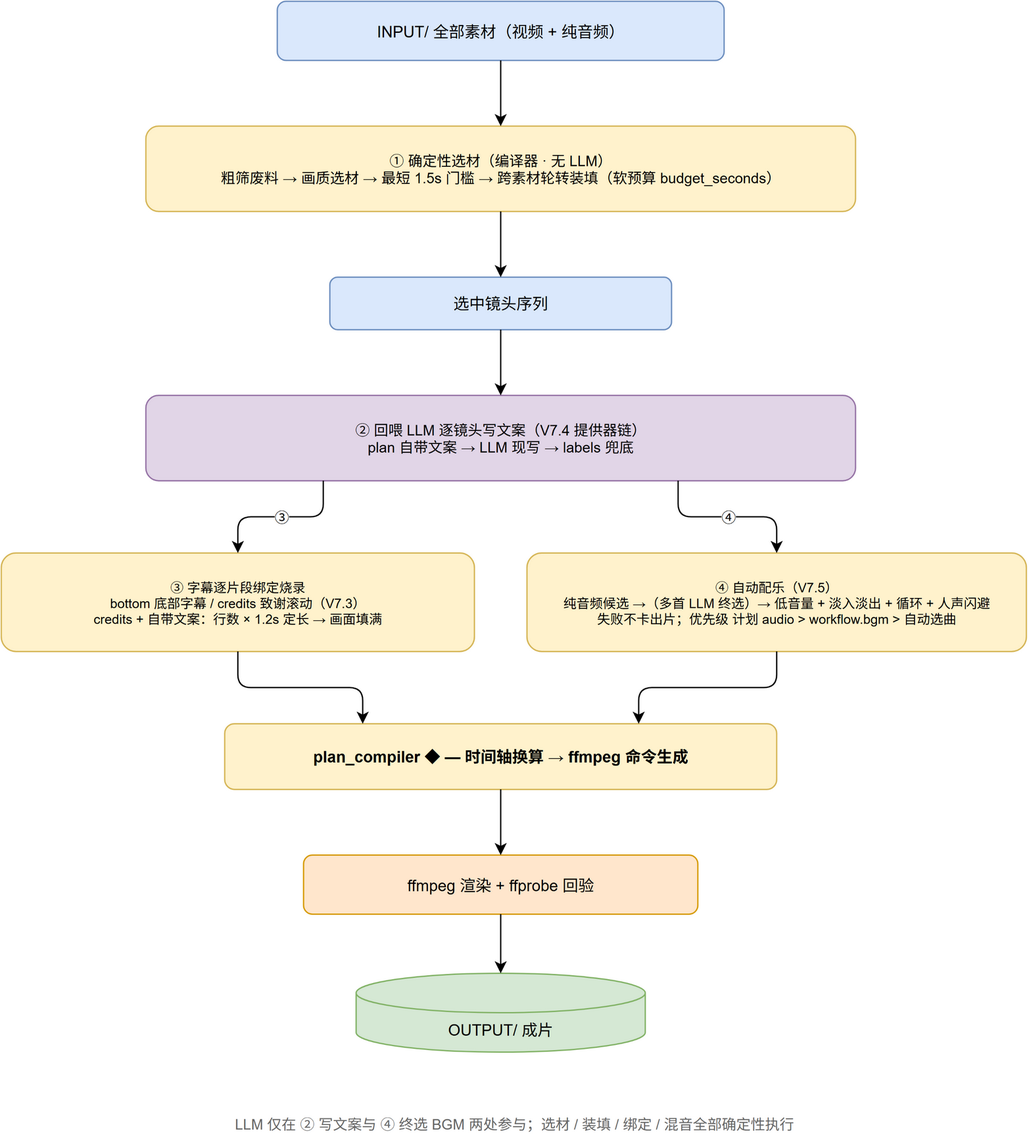
CoderPro-young/SmartTrimAgent- keeps this draw.io diagram as docs/architecture-p2-smart-create.drawio.png. Above is the earlier version. Source tidied: cells renumbered, new cells last; positions are measured from the earlier drawing's top-left corner, leaving out a move shared by most shapes. Source of this version:
```xml
<mxGraphModel>
  <root>
    <mxCell id="0" />
    <mxCell id="1" parent="0" />
    <mxCell id="2" value="INPUT/ 全部素材（视频 + 纯音频）" style="rounded=1;whiteSpace=wrap;html=1;fillColor=#dae8fc;strokeColor=#6c8ebf;fontSize=12;" parent="1" vertex="1">
      <mxGeometry x="210" width="340" height="45" as="geometry" />
    </mxCell>
    <mxCell id="3" value="① 确定性选材（编译器 · 无 LLM）&#10;粗筛废料 → 画质选材 → 最短 1.5s 门槛 → 跨素材轮转装填（软预算 budget_seconds）" style="rounded=1;whiteSpace=wrap;html=1;fillColor=#fff2cc;strokeColor=#d6b656;fontSize=11;" parent="1" vertex="1">
      <mxGeometry x="110" y="95" width="540" height="65" as="geometry" />
    </mxCell>
    <mxCell id="4" value="选中镜头序列" style="rounded=1;whiteSpace=wrap;html=1;fillColor=#dae8fc;strokeColor=#6c8ebf;fontSize=12;" parent="1" vertex="1">
      <mxGeometry x="250" y="210" width="260" height="40" as="geometry" />
    </mxCell>
    <mxCell id="5" value="② 回喂 LLM 逐镜头写文案（V7.4 提供器链）&#10;plan 自带文案 → LLM 现写 → labels 兜底" style="rounded=1;whiteSpace=wrap;html=1;fillColor=#e1d5e7;strokeColor=#9673a6;fontSize=11;" parent="1" vertex="1">
      <mxGeometry x="110" y="300" width="540" height="65" as="geometry" />
    </mxCell>
    <mxCell id="6" value="③ 字幕逐片段绑定烧录&#10;bottom 底部字幕 / credits 致谢滚动（V7.3）&#10;credits + 自带文案：行数 × 1.2s 定长 → 画面填满" style="rounded=1;whiteSpace=wrap;html=1;fillColor=#fff2cc;strokeColor=#d6b656;fontSize=10;" parent="1" vertex="1">
      <mxGeometry y="420" width="360" height="75" as="geometry" />
    </mxCell>
    <mxCell id="7" value="④ 自动配乐（V7.5）&#10;纯音频候选 →（多首 LLM 终选）→ 低音量 + 淡入淡出 + 循环 + 人声闪避&#10;失败不卡出片；优先级 计划 audio &gt; workflow.bgm &gt; 自动选曲" style="rounded=1;whiteSpace=wrap;html=1;fillColor=#fff2cc;strokeColor=#d6b656;fontSize=10;" parent="1" vertex="1">
      <mxGeometry x="400" y="420" width="380" height="75" as="geometry" />
    </mxCell>
    <mxCell id="8" value="plan_compiler ◆ — 时间轴换算 → ffmpeg 命令生成" style="rounded=1;whiteSpace=wrap;html=1;fillColor=#fff2cc;strokeColor=#d6b656;fontSize=12;fontStyle=1;" parent="1" vertex="1">
      <mxGeometry x="170" y="550" width="420" height="50" as="geometry" />
    </mxCell>
    <mxCell id="9" value="ffmpeg 渲染 + ffprobe 回验" style="rounded=1;whiteSpace=wrap;html=1;fillColor=#ffe6cc;strokeColor=#d79b00;fontSize=12;" parent="1" vertex="1">
      <mxGeometry x="230" y="650" width="300" height="45" as="geometry" />
    </mxCell>
    <mxCell id="10" value="OUTPUT/ 成片" style="shape=cylinder3;whiteSpace=wrap;html=1;boundedLbl=1;fillColor=#d5e8d4;strokeColor=#82b366;fontSize=12;" parent="1" vertex="1">
      <mxGeometry x="270" y="740" width="220" height="60" as="geometry" />
    </mxCell>
    <mxCell id="11" value="LLM 仅在 ② 写文案与 ④ 终选 BGM 两处参与；选材 / 装填 / 绑定 / 混音全部确定性执行" style="text;html=1;align=center;verticalAlign=middle;fontColor=#666666;fontSize=11;" parent="1" vertex="1">
      <mxGeometry y="840" width="780" height="30" as="geometry" />
    </mxCell>
    <mxCell id="12" style="edgeStyle=orthogonalEdgeStyle;rounded=1;jettySize=auto;html=1;exitX=0.5;exitY=1;exitDx=0;exitDy=0;entryX=0.5;entryY=0;entryDx=0;entryDy=0;" parent="1" edge="1" source="2" target="3">
      <mxGeometry relative="1" as="geometry" />
    </mxCell>
    <mxCell id="13" style="edgeStyle=orthogonalEdgeStyle;rounded=1;jettySize=auto;html=1;exitX=0.5;exitY=1;exitDx=0;exitDy=0;entryX=0.5;entryY=0;entryDx=0;entryDy=0;" parent="1" edge="1" source="3" target="4">
      <mxGeometry relative="1" as="geometry" />
    </mxCell>
    <mxCell id="14" style="edgeStyle=orthogonalEdgeStyle;rounded=1;jettySize=auto;html=1;exitX=0.5;exitY=1;exitDx=0;exitDy=0;entryX=0.5;entryY=0;entryDx=0;entryDy=0;" parent="1" edge="1" source="4" target="5">
      <mxGeometry relative="1" as="geometry" />
    </mxCell>
    <mxCell id="15" value="③" style="edgeStyle=orthogonalEdgeStyle;rounded=1;jettySize=auto;html=1;fontSize=11;labelBackgroundColor=#ffffff;exitX=0.25;exitY=1;exitDx=0;exitDy=0;entryX=0.5;entryY=0;entryDx=0;entryDy=0;" parent="1" edge="1" source="5" target="6">
      <mxGeometry relative="1" as="geometry" />
    </mxCell>
    <mxCell id="16" value="④" style="edgeStyle=orthogonalEdgeStyle;rounded=1;jettySize=auto;html=1;fontSize=11;labelBackgroundColor=#ffffff;exitX=0.75;exitY=1;exitDx=0;exitDy=0;entryX=0.5;entryY=0;entryDx=0;entryDy=0;" parent="1" edge="1" source="5" target="7">
      <mxGeometry relative="1" as="geometry" />
    </mxCell>
    <mxCell id="17" style="edgeStyle=orthogonalEdgeStyle;rounded=1;jettySize=auto;html=1;exitX=0.5;exitY=1;exitDx=0;exitDy=0;entryX=0.25;entryY=0;entryDx=0;entryDy=0;" parent="1" edge="1" source="6" target="8">
      <mxGeometry relative="1" as="geometry" />
    </mxCell>
    <mxCell id="18" style="edgeStyle=orthogonalEdgeStyle;rounded=1;jettySize=auto;html=1;exitX=0.5;exitY=1;exitDx=0;exitDy=0;entryX=0.75;entryY=0;entryDx=0;entryDy=0;" parent="1" edge="1" source="7" target="8">
      <mxGeometry relative="1" as="geometry" />
    </mxCell>
    <mxCell id="19" style="edgeStyle=orthogonalEdgeStyle;rounded=1;jettySize=auto;html=1;exitX=0.5;exitY=1;exitDx=0;exitDy=0;entryX=0.5;entryY=0;entryDx=0;entryDy=0;" parent="1" edge="1" source="8" target="9">
      <mxGeometry relative="1" as="geometry" />
    </mxCell>
    <mxCell id="20" style="edgeStyle=orthogonalEdgeStyle;rounded=1;jettySize=auto;html=1;exitX=0.5;exitY=1;exitDx=0;exitDy=0;entryX=0.5;entryY=0;entryDx=0;entryDy=0;" parent="1" edge="1" source="9" target="10">
      <mxGeometry relative="1" as="geometry" />
    </mxCell>
  </root>
</mxGraphModel>
```
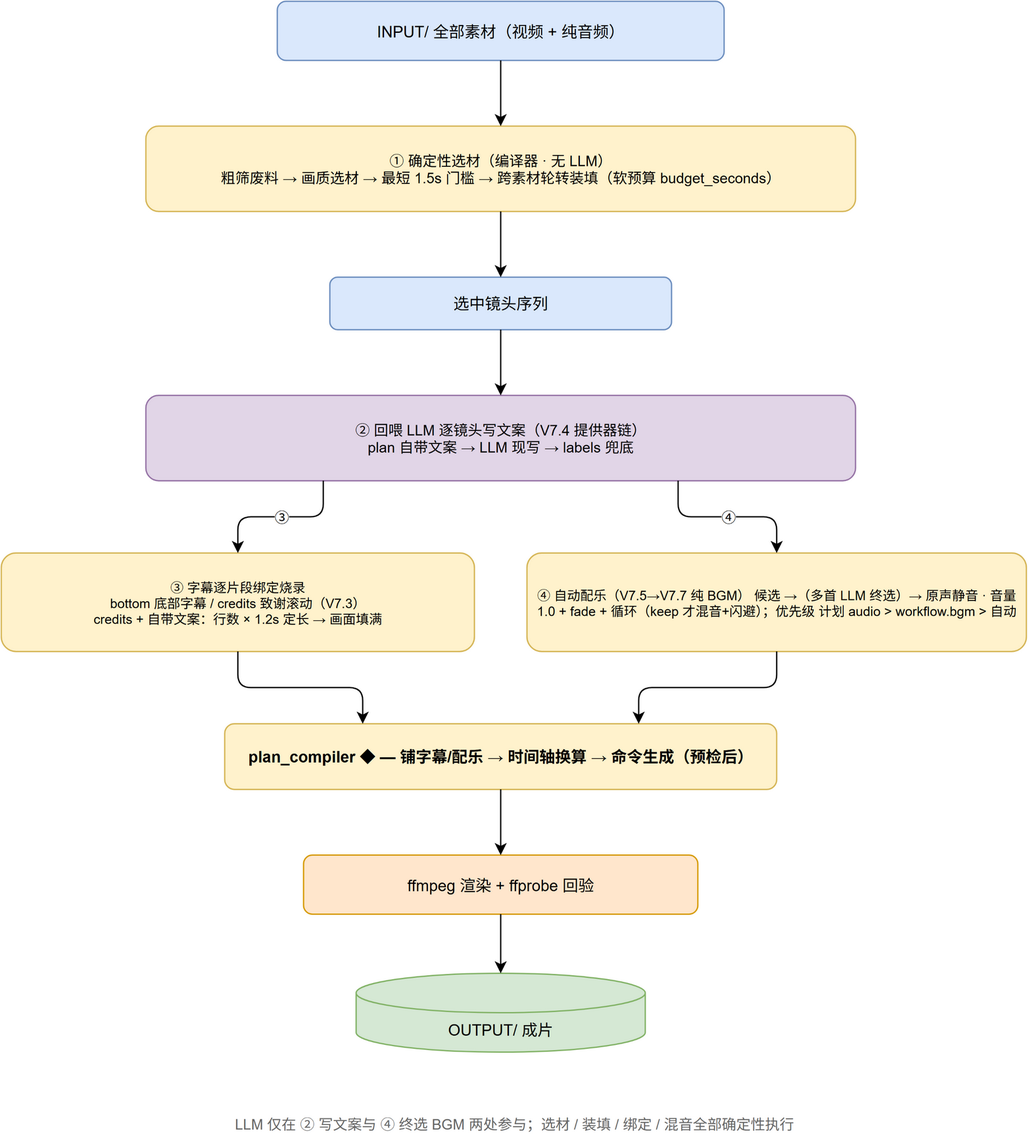
The same diagram one commit later.

What changed in the source:
```diff
@@ -17,10 +17,10 @@
     <mxCell id="6" value="③ 字幕逐片段绑定烧录&#10;bottom 底部字幕 / credits 致谢滚动（V7.3）&#10;credits + 自带文案：行数 × 1.2s 定长 → 画面填满" style="rounded=1;whiteSpace=wrap;html=1;fillColor=#fff2cc;strokeColor=#d6b656;fontSize=10;" parent="1" vertex="1">
       <mxGeometry y="420" width="360" height="75" as="geometry" />
     </mxCell>
-    <mxCell id="7" value="④ 自动配乐（V7.5）&#10;纯音频候选 →（多首 LLM 终选）→ 低音量 + 淡入淡出 + 循环 + 人声闪避&#10;失败不卡出片；优先级 计划 audio &gt; workflow.bgm &gt; 自动选曲" style="rounded=1;whiteSpace=wrap;html=1;fillColor=#fff2cc;strokeColor=#d6b656;fontSize=10;" parent="1" vertex="1">
+    <mxCell id="7" value="④ 自动配乐（V7.5→V7.7 纯 BGM） 候选 →（多首 LLM 终选）→ 原声静音 · 音量1.0 + fade + 循环（keep 才混音+闪避）；优先级 计划 audio &gt; workflow.bgm &gt; 自动" style="rounded=1;whiteSpace=wrap;html=1;fillColor=#fff2cc;strokeColor=#d6b656;fontSize=10;" parent="1" vertex="1">
       <mxGeometry x="400" y="420" width="380" height="75" as="geometry" />
     </mxCell>
-    <mxCell id="8" value="plan_compiler ◆ — 时间轴换算 → ffmpeg 命令生成" style="rounded=1;whiteSpace=wrap;html=1;fillColor=#fff2cc;strokeColor=#d6b656;fontSize=12;fontStyle=1;" parent="1" vertex="1">
+    <mxCell id="8" value="plan_compiler ◆ — 铺字幕/配乐 → 时间轴换算 → 命令生成（预检后）" style="rounded=1;whiteSpace=wrap;html=1;fillColor=#fff2cc;strokeColor=#d6b656;fontSize=12;fontStyle=1;" parent="1" vertex="1">
       <mxGeometry x="170" y="550" width="420" height="50" as="geometry" />
     </mxCell>
     <mxCell id="9" value="ffmpeg 渲染 + ffprobe 回验" style="rounded=1;whiteSpace=wrap;html=1;fillColor=#ffe6cc;strokeColor=#d79b00;fontSize=12;" parent="1" vertex="1">
```
